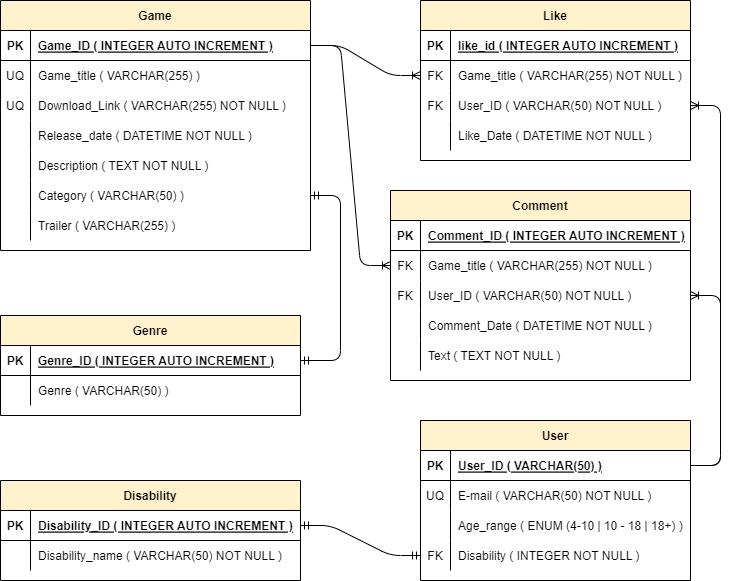
Earlier version of the draw.io export Media/Diagrama_DB.png (AmerikeVPA/pi-a-anzures-victor-practicas-3). Source tidied: cells renumbered, new cells last; positions are measured from the earlier drawing's top-left corner, leaving out a move shared by most shapes.
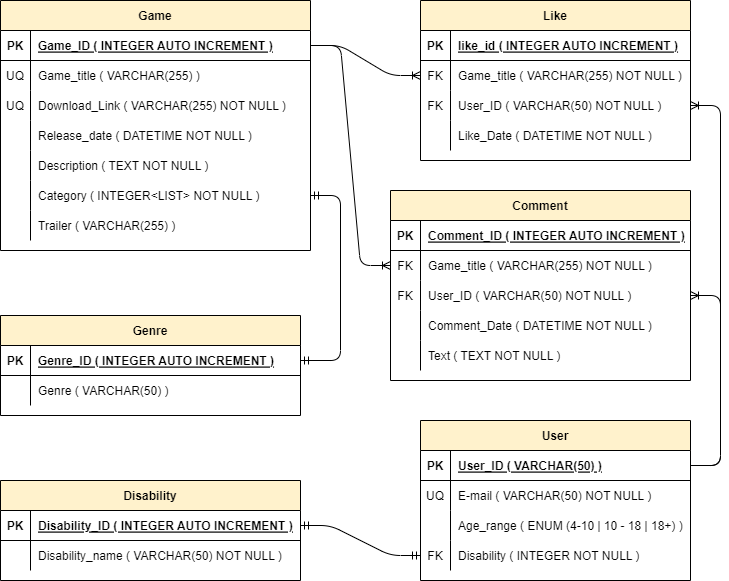
After the change.

What changed in the source:
```diff
@@ -56,7 +56,7 @@
     <mxCell id="19" style="shape=partialRectangle;fillColor=none;top=0;left=0;bottom=0;right=0;overflow=hidden;" parent="18" vertex="1">
       <mxGeometry width="30" height="30" as="geometry" />
     </mxCell>
-    <mxCell id="20" value="Category ( VARCHAR(50) )" style="shape=partialRectangle;fillColor=none;top=0;left=0;bottom=0;right=0;align=left;spacingLeft=6;overflow=hidden;" parent="18" vertex="1">
+    <mxCell id="20" value="Category ( INTEGER&lt;LIST&gt; NOT NULL )" style="shape=partialRectangle;fillColor=none;top=0;left=0;bottom=0;right=0;align=left;spacingLeft=6;overflow=hidden;" parent="18" vertex="1">
       <mxGeometry x="30" width="280" height="30" as="geometry" />
     </mxCell>
     <mxCell id="21" style="shape=tableRow;horizontal=0;startSize=0;swimlaneHead=0;swimlaneBody=0;fillColor=none;top=0;left=0;right=0;bottom=0;" parent="2" vertex="1">
```
